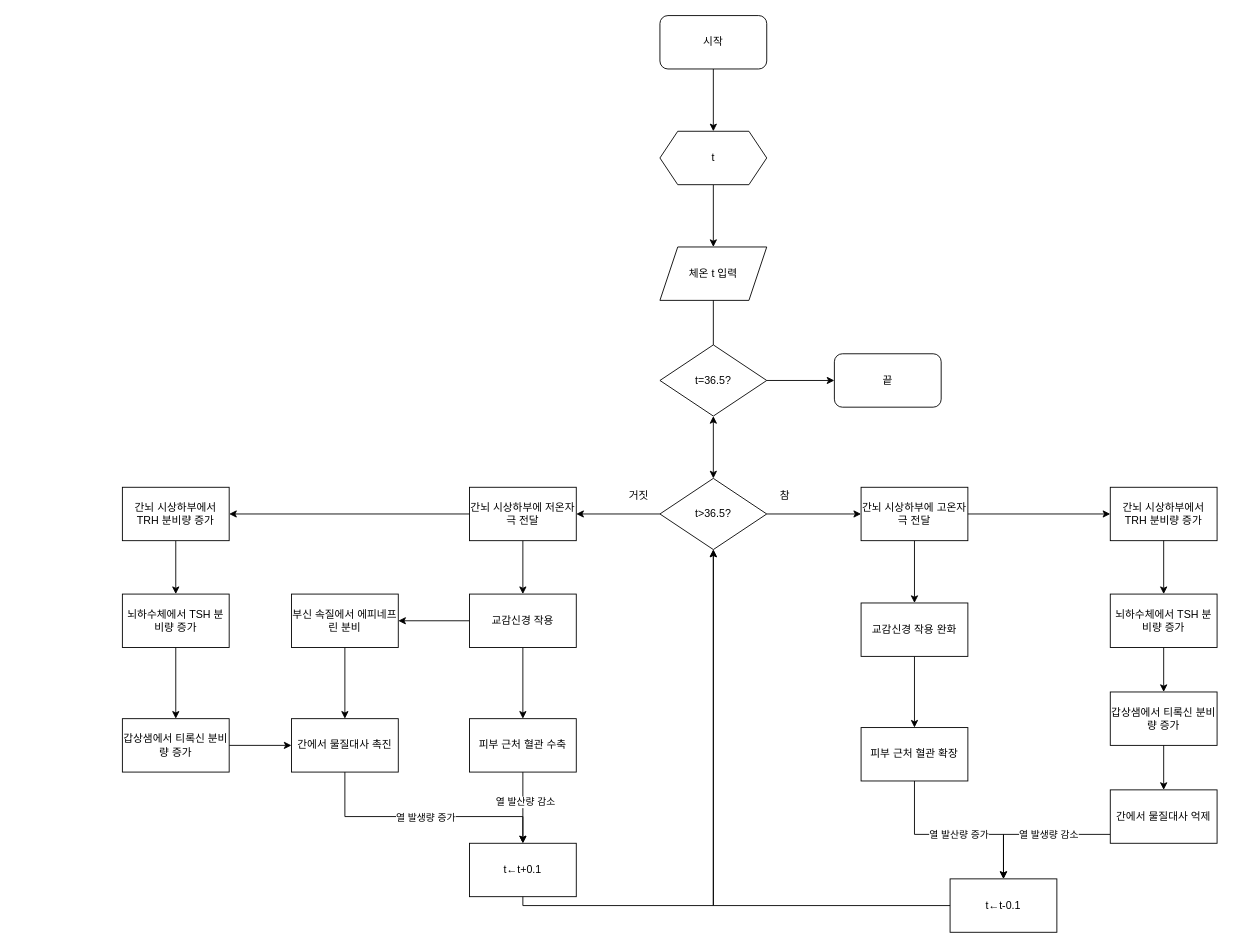
Before: page "체온 조절" (3 of 3) of Untitled Diagram.drawio in Limlim0208/fusion-subject-research, a draw.io diagram. Source tidied: cells renumbered, new cells numbered last; positions are measured from the earlier drawing's top-left corner, leaving out a move shared by most shapes. Both pictures are drawn from the tidied source at 89%, with x=0, y=0 at pixel (122, 15).
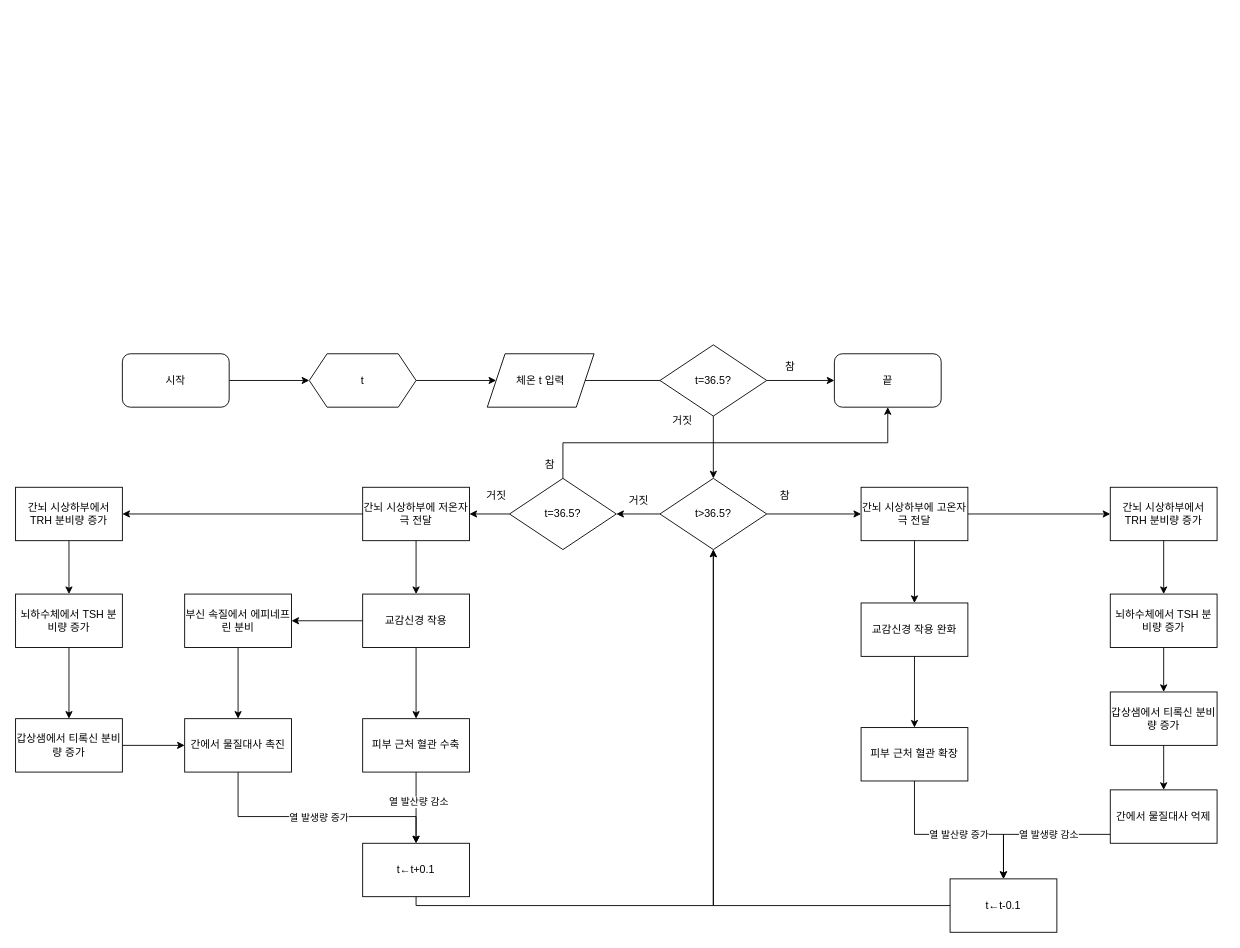
The same page after the edit.

The change refers to these unchanged cells:
```xml
<mxCell id="9" value="t&amp;gt;36.5?" style="rhombus;whiteSpace=wrap;html=1;" parent="1" vertex="1">
  <mxGeometry x="604" y="520" width="120" height="80" as="geometry" />
</mxCell>
<mxCell id="27" value="t=36.5?" style="rhombus;whiteSpace=wrap;html=1;rounded=0;" parent="1" vertex="1">
  <mxGeometry x="604" y="370" width="120" height="80" as="geometry" />
</mxCell>
<mxCell id="29" value="끝" style="whiteSpace=wrap;html=1;rounded=1;" parent="1" vertex="1">
  <mxGeometry x="800" y="380" width="120" height="60" as="geometry" />
</mxCell>
```

What changed in the source:
```diff
@@
     <mxCell id="3" value="시작" style="rounded=1;whiteSpace=wrap;html=1;" parent="1" vertex="1">
-      <mxGeometry x="604" width="120" height="60" as="geometry" />
+      <mxGeometry y="380" width="120" height="60" as="geometry" />
     </mxCell>
@@
     <mxCell id="5" value="t" style="shape=hexagon;perimeter=hexagonPerimeter2;whiteSpace=wrap;html=1;fixedSize=1;rounded=0;" parent="1" vertex="1">
-      <mxGeometry x="604" y="130" width="120" height="60" as="geometry" />
+      <mxGeometry x="210" y="380" width="120" height="60" as="geometry" />
     </mxCell>
     <mxCell id="6" value="체온 t 입력" style="shape=parallelogram;perimeter=parallelogramPerimeter;whiteSpace=wrap;html=1;fixedSize=1;rounded=0;" parent="1" vertex="1">
-      <mxGeometry x="604" y="260" width="120" height="60" as="geometry" />
+      <mxGeometry x="410" y="380" width="120" height="60" as="geometry" />
     </mxCell>
-    <mxCell id="7" style="edgeStyle=orthogonalEdgeStyle;rounded=0;jettySize=auto;html=1;strokeColor=default;elbow=vertical;" parent="1" edge="1" source="9" target="11">
+    <mxCell id="7" style="edgeStyle=orthogonalEdgeStyle;rounded=0;jettySize=auto;html=1;strokeColor=default;elbow=vertical;startArrow=none;" parent="1" edge="1" source="60" target="11">
       <mxGeometry relative="1" as="geometry" />
     </mxCell>
@@
     <mxCell id="11" value="간뇌 시상하부에 저온자극 전달" style="whiteSpace=wrap;html=1;" parent="1" vertex="1">
-      <mxGeometry x="390" y="530" width="120" height="60" as="geometry" />
+      <mxGeometry x="270" y="530" width="120" height="60" as="geometry" />
     </mxCell>
@@
     <mxCell id="16" value="교감신경 작용" style="whiteSpace=wrap;html=1;" parent="1" vertex="1">
-      <mxGeometry x="390" y="650" width="120" height="60" as="geometry" />
+      <mxGeometry x="270" y="650" width="120" height="60" as="geometry" />
     </mxCell>
@@
     <mxCell id="19" value="피부 근처 혈관 수축" style="whiteSpace=wrap;html=1;" parent="1" vertex="1">
-      <mxGeometry x="390" y="790" width="120" height="60" as="geometry" />
+      <mxGeometry x="270" y="790" width="120" height="60" as="geometry" />
     </mxCell>
@@
     <mxCell id="21" value="부신 속질에서 에피네프린 분비" style="whiteSpace=wrap;html=1;" parent="1" vertex="1">
-      <mxGeometry x="190" y="650" width="120" height="60" as="geometry" />
+      <mxGeometry x="70" y="650" width="120" height="60" as="geometry" />
     </mxCell>
     <mxCell id="22" style="edgeStyle=orthogonalEdgeStyle;rounded=0;jettySize=auto;html=1;strokeColor=default;elbow=vertical;entryX=0.5;entryY=0;entryDx=0;entryDy=0;" parent="1" edge="1" source="23" target="31">
       <mxGeometry relative="1" as="geometry">
         <Array as="points">
-          <mxPoint x="250" y="900" />
-          <mxPoint x="450" y="900" />
+          <mxPoint x="130" y="900" />
+          <mxPoint x="330" y="900" />
         </Array>
       </mxGeometry>
     </mxCell>
     <mxCell id="23" value="간에서 물질대사 촉진" style="whiteSpace=wrap;html=1;" parent="1" vertex="1">
-      <mxGeometry x="190" y="790" width="120" height="60" as="geometry" />
+      <mxGeometry x="70" y="790" width="120" height="60" as="geometry" />
     </mxCell>
     <mxCell id="24" value="거짓" style="text;html=1;align=center;verticalAlign=middle;strokeColor=none;fillColor=none;" parent="1" vertex="1">
-      <mxGeometry x="555" y="525" width="50" height="30" as="geometry" />
+      <mxGeometry x="555" y="530" width="50" height="30" as="geometry" />
     </mxCell>
@@
-    <mxCell id="28" style="edgeStyle=orthogonalEdgeStyle;rounded=0;jettySize=auto;html=1;strokeColor=default;elbow=vertical;endArrow=none;entryX=0.5;entryY=0;entryDx=0;entryDy=0;" parent="1" edge="1" source="6" target="27">
+    <mxCell id="28" style="edgeStyle=orthogonalEdgeStyle;rounded=0;jettySize=auto;html=1;strokeColor=default;elbow=vertical;endArrow=none;entryX=0;entryY=0.5;entryDx=0;entryDy=0;" parent="1" edge="1" source="6" target="27">
       <mxGeometry relative="1" as="geometry" />
     </mxCell>
@@
-    <mxCell id="30" style="endArrow=classic;startArrow=classic;html=1;rounded=0;strokeColor=default;elbow=vertical;entryX=0.5;entryY=1;entryDx=0;entryDy=0;" parent="1" edge="1" target="27">
+    <mxCell id="30" style="endArrow=none;startArrow=classic;html=1;rounded=0;strokeColor=default;elbow=vertical;entryX=0.5;entryY=1;entryDx=0;entryDy=0;endFill=0;" parent="1" edge="1" target="27">
       <mxGeometry relative="1" as="geometry">
         <mxPoint x="664" y="520" as="sourcePoint" />
       </mxGeometry>
     </mxCell>
     <mxCell id="31" value="t←t+0.1" style="whiteSpace=wrap;html=1;" parent="1" vertex="1">
-      <mxGeometry x="390" y="930" width="120" height="60" as="geometry" />
+      <mxGeometry x="270" y="930" width="120" height="60" as="geometry" />
     </mxCell>
     <mxCell id="32" value="열 발생량 증가" style="edgeLabel;html=1;align=center;verticalAlign=middle;" parent="1" vertex="1">
-      <mxGeometry x="340" y="900" as="geometry" />
+      <mxGeometry x="220" y="900" as="geometry" />
     </mxCell>
@@
     <mxCell id="34" value="간뇌 시상하부에서 TRH 분비량 증가" style="rounded=0;whiteSpace=wrap;html=1;" parent="1" vertex="1">
-      <mxGeometry y="530" width="120" height="60" as="geometry" />
+      <mxGeometry x="-120" y="530" width="120" height="60" as="geometry" />
     </mxCell>
@@
     <mxCell id="36" value="뇌하수체에서 TSH 분비량 증가" style="whiteSpace=wrap;html=1;rounded=0;" parent="1" vertex="1">
-      <mxGeometry y="650" width="120" height="60" as="geometry" />
+      <mxGeometry x="-120" y="650" width="120" height="60" as="geometry" />
     </mxCell>
@@
     <mxCell id="38" value="갑상샘에서 티록신 분비량 증가" style="whiteSpace=wrap;html=1;rounded=0;" parent="1" vertex="1">
-      <mxGeometry y="790" width="120" height="60" as="geometry" />
+      <mxGeometry x="-120" y="790" width="120" height="60" as="geometry" />
     </mxCell>
@@
+    <mxCell id="58" value="참" style="text;html=1;align=center;verticalAlign=middle;strokeColor=none;fillColor=none;" parent="1" vertex="1">
+      <mxGeometry x="730" y="380" width="40" height="30" as="geometry" />
+    </mxCell>
+    <mxCell id="59" value="거짓" style="text;html=1;align=center;verticalAlign=middle;strokeColor=none;fillColor=none;" parent="1" vertex="1">
+      <mxGeometry x="604" y="440" width="50" height="30" as="geometry" />
+    </mxCell>
+    <mxCell id="60" value="t=36.5?" style="rhombus;whiteSpace=wrap;html=1;rounded=0;" parent="1" vertex="1">
+      <mxGeometry x="435" y="520" width="120" height="80" as="geometry" />
+    </mxCell>
+    <mxCell id="61" style="endArrow=classic;html=1;rounded=0;exitX=0;exitY=0.5;exitDx=0;exitDy=0;entryX=1;entryY=0.5;entryDx=0;entryDy=0;edgeStyle=orthogonalEdgeStyle;" parent="1" edge="1" source="9" target="60">
+      <mxGeometry relative="1" as="geometry" />
+    </mxCell>
+    <mxCell id="62" value="거짓" style="text;html=1;align=center;verticalAlign=middle;strokeColor=none;fillColor=none;" parent="1" vertex="1">
+      <mxGeometry x="395" y="525" width="50" height="30" as="geometry" />
+    </mxCell>
+    <mxCell id="63" style="endArrow=classic;html=1;rounded=0;exitX=0.5;exitY=0;exitDx=0;exitDy=0;entryX=0.5;entryY=1;entryDx=0;entryDy=0;edgeStyle=orthogonalEdgeStyle;" parent="1" edge="1" source="60" target="29">
+      <mxGeometry relative="1" as="geometry" />
+    </mxCell>
+    <mxCell id="64" value="참" style="text;html=1;align=center;verticalAlign=middle;strokeColor=none;fillColor=none;" parent="1" vertex="1">
+      <mxGeometry x="460" y="490" width="40" height="30" as="geometry" />
+    </mxCell>
```
